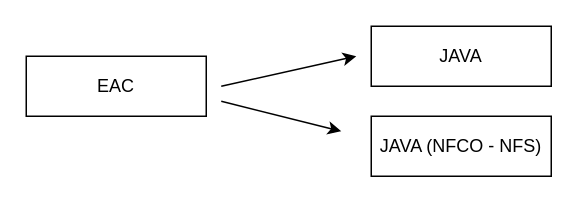
cferrugem/drawio keeps this draw.io diagram as teste.drawio. Above is the earlier version. Source tidied: cells renumbered, new cells numbered last; positions are measured from the earlier drawing's top-left corner, leaving out a move shared by most shapes. Both pictures are drawn from the tidied source at 150%, with x=0, y=0 at pixel (26, 26).
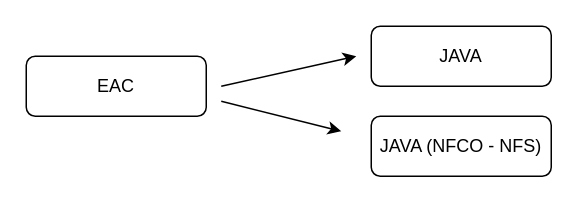
After the change.

Change to the diagram source:
```diff
@@
 <mxGraphModel>
   <root>
     <mxCell id="0" />
     <mxCell id="1" parent="0" />
-    <mxCell id="2" value="EAC" style="rounded=0;whiteSpace=wrap;html=1;" parent="1" vertex="1">
+    <mxCell id="2" value="EAC" style="rounded=1;whiteSpace=wrap;html=1;" parent="1" vertex="1">
       <mxGeometry y="20" width="120" height="40" as="geometry" />
     </mxCell>
-    <mxCell id="3" style="endArrow=classic;html=1;rounded=0;" parent="1" edge="1">
+    <mxCell id="3" style="endArrow=classic;html=1;rounded=1;" parent="1" edge="1">
       <mxGeometry relative="1" as="geometry">
         <mxPoint x="130" y="40" as="sourcePoint" />
         <mxPoint x="220" y="20" as="targetPoint" />
       </mxGeometry>
     </mxCell>
-    <mxCell id="4" style="endArrow=classic;html=1;rounded=0;" parent="1" edge="1">
+    <mxCell id="4" style="endArrow=classic;html=1;rounded=1;" parent="1" edge="1">
       <mxGeometry relative="1" as="geometry">
         <mxPoint x="130" y="50" as="sourcePoint" />
         <mxPoint x="210" y="70" as="targetPoint" />
       </mxGeometry>
     </mxCell>
-    <mxCell id="5" value="JAVA" style="rounded=0;whiteSpace=wrap;html=1;" parent="1" vertex="1">
+    <mxCell id="5" value="JAVA" style="rounded=1;whiteSpace=wrap;html=1;" parent="1" vertex="1">
       <mxGeometry x="230" width="120" height="40" as="geometry" />
     </mxCell>
-    <mxCell id="6" value="JAVA (NFCO - NFS)" style="rounded=0;whiteSpace=wrap;html=1;" parent="1" vertex="1">
+    <mxCell id="6" value="JAVA (NFCO - NFS)" style="rounded=1;whiteSpace=wrap;html=1;" parent="1" vertex="1">
       <mxGeometry x="230" y="60" width="120" height="40" as="geometry" />
     </mxCell>
   </root>
 </mxGraphModel>
```
